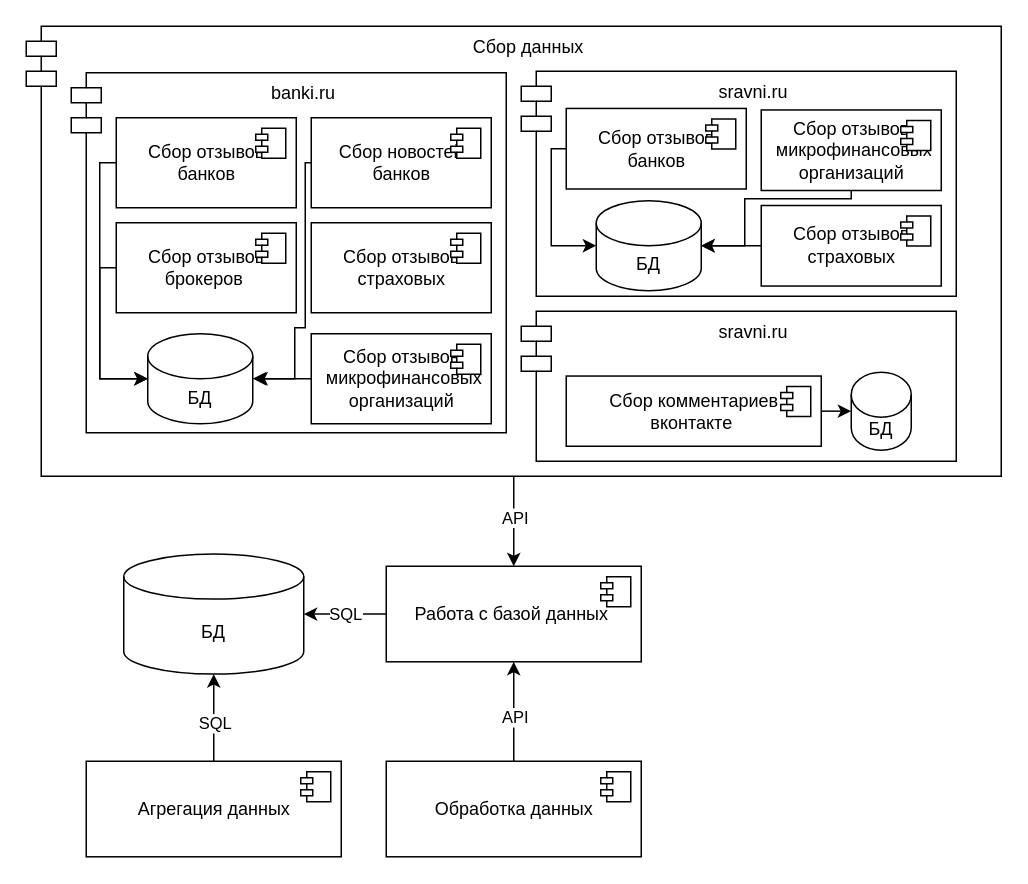
The draw.io diagram page "architecture" (3 of 3) of docs/img/Diagramms.drawio.xml in dudin-george/ESG_analysis, before the edit. Source tidied: cells renumbered, new cells numbered last; positions are measured from the earlier drawing's top-left corner, leaving out a move shared by most shapes. Both pictures are drawn from the tidied source at 150%, with x=0, y=0 at pixel (26, 26).
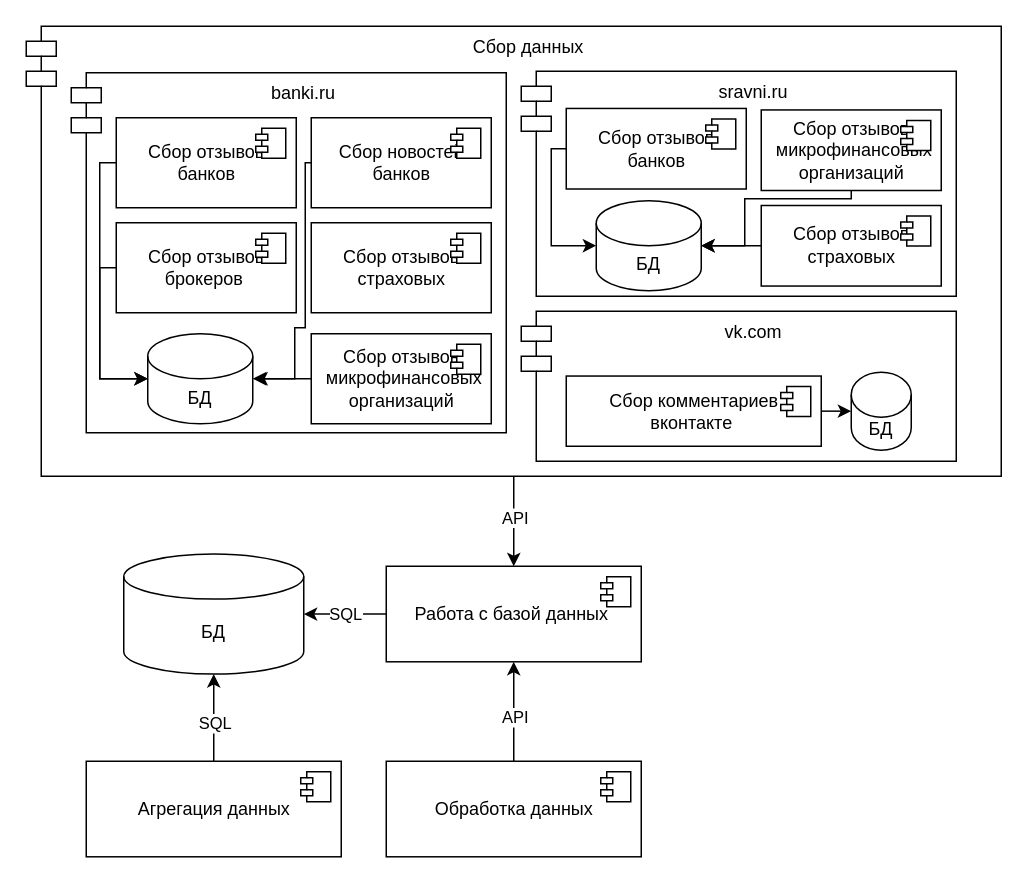
The same page after the edit.

Unchanged cells that the change refers to:
```xml
<mxCell id="17" style="group;" parent="1" vertex="1">
  <mxGeometry width="650" height="300" as="geometry" />
</mxCell>
```

Diff of the diagram source:
```diff
@@
-    <mxCell id="19" value="sravni.ru" style="shape=module;align=left;spacingLeft=20;align=center;verticalAlign=top;" parent="17" vertex="1">
+    <mxCell id="19" value="vk.com" style="shape=module;align=left;spacingLeft=20;align=center;verticalAlign=top;" parent="17" vertex="1">
       <mxGeometry x="330" y="190" width="290" height="100" as="geometry" />
     </mxCell>
```
